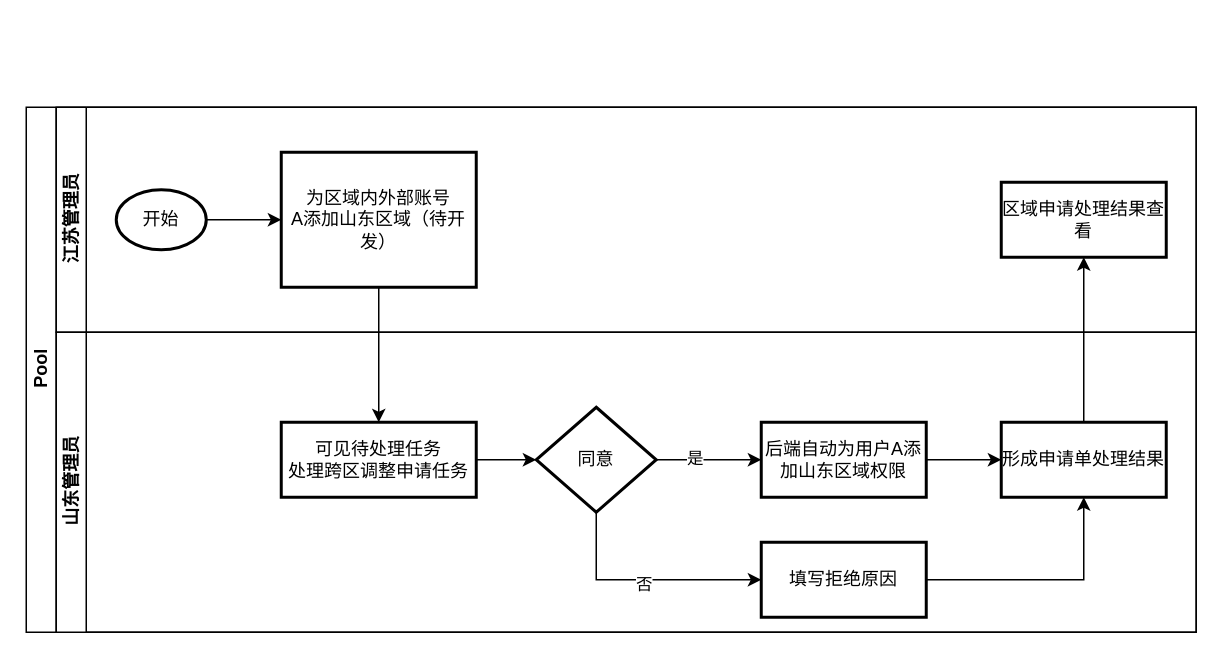
Earlier version of the draw.io diagram 系统功能流程图/外部账号跨区调整.drawio (158698706/tt4a). Source tidied: cells renumbered, new cells numbered last; positions are measured from the earlier drawing's top-left corner, leaving out a move shared by most shapes. Both pictures are drawn from the tidied source at 150%, with x=0, y=0 at pixel (26, 106).
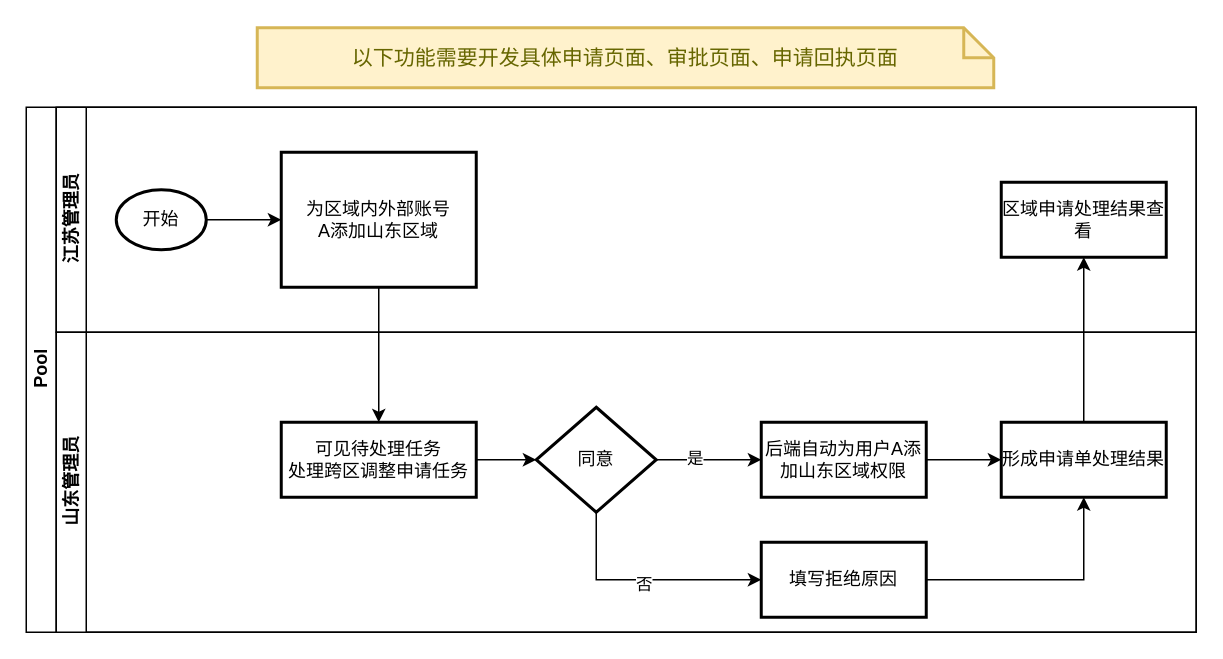
Above is the later version.

Commit message:
更新外部账号跨区调整.drawio

The change refers to these unchanged cells:
```xml
<mxCell id="3" value="江苏管理员" style="swimlane;html=1;startSize=20;horizontal=0;" parent="2" vertex="1">
  <mxGeometry x="20" width="760" height="150" as="geometry" />
</mxCell>
```

Diff of the diagram source:
```diff
@@
-    <mxCell id="6" value="为区域内外部账号&lt;br&gt;A添加山东区域（待开发）" style="whiteSpace=wrap;html=1;strokeWidth=2;" parent="3" vertex="1">
+    <mxCell id="6" value="为区域内外部账号&lt;br&gt;A添加山东区域" style="whiteSpace=wrap;html=1;strokeWidth=2;" parent="3" vertex="1">
       <mxGeometry x="150" y="30" width="130" height="90" as="geometry" />
     </mxCell>
@@
+    <mxCell id="23" value="以下功能需要开发具体申请页面、审批页面、申请回执页面" style="shape=note;strokeWidth=2;fontSize=14;size=20;whiteSpace=wrap;html=1;fillColor=#fff2cc;strokeColor=#d6b656;fontColor=#666600;" parent="1" vertex="1">
+      <mxGeometry x="154" y="-53" width="491" height="40" as="geometry" />
+    </mxCell>
```
